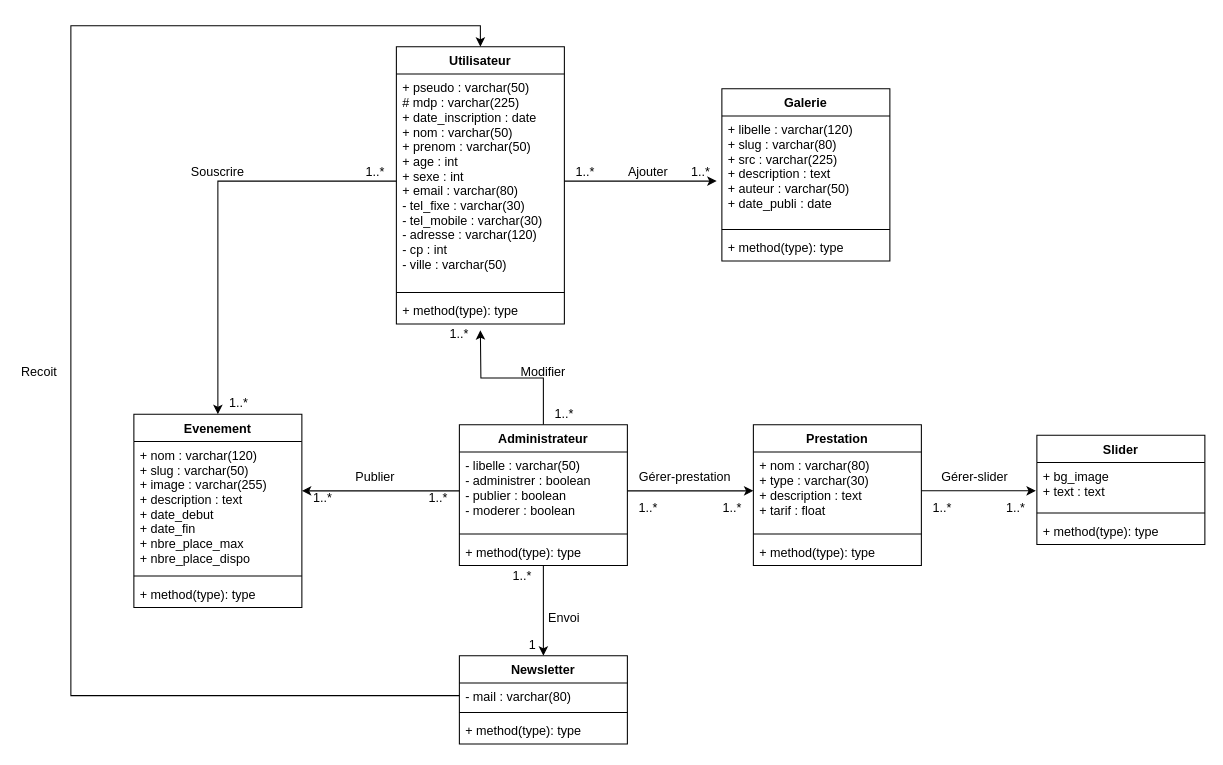
The draw.io diagram 1_Analyse/4_UML/Classe/Diagramme_de_classe (1).drawio in OlivierR68/beaute-naturelle.fr, before the edit. Source tidied: cells renumbered, new cells numbered last; positions are measured from the earlier drawing's top-left corner, leaving out a move shared by most shapes. Both pictures are drawn from the tidied source at 105%, with x=0, y=0 at pixel (18, 25).
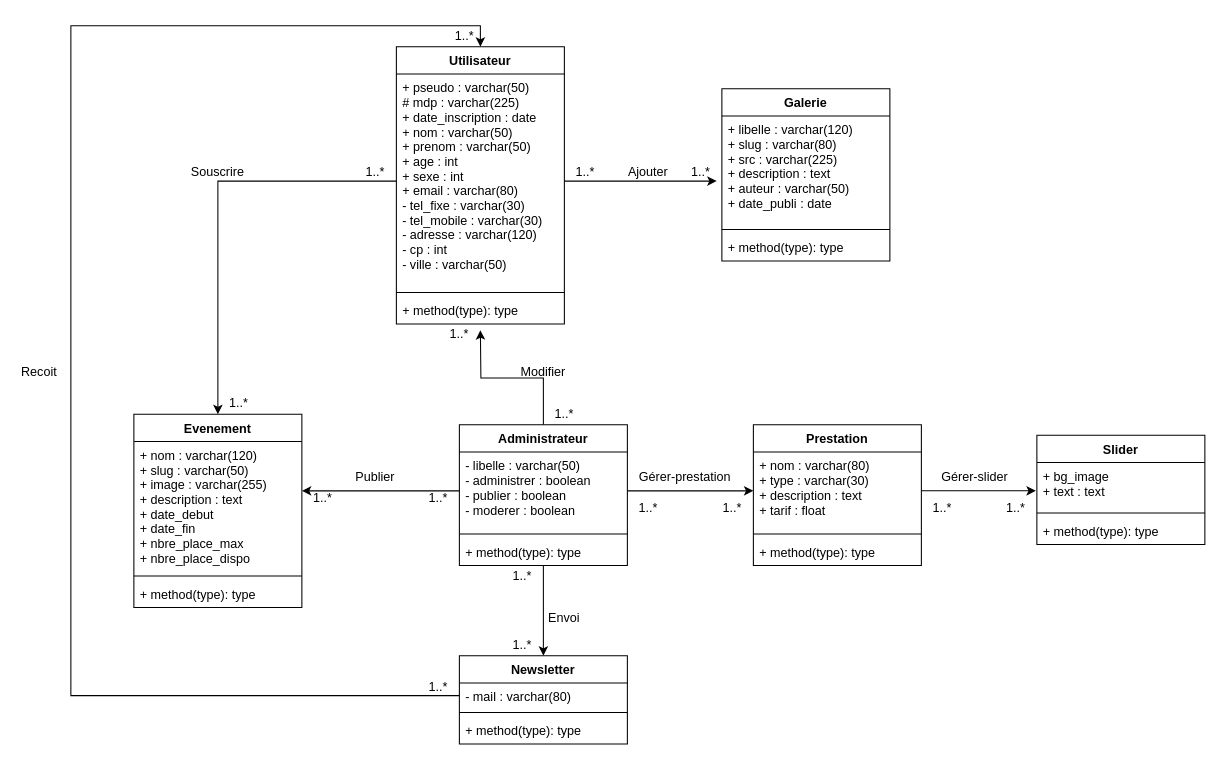
Above is the later version.

Commit message (it also covers changes not shown here):
UML - Classe - Oubli nombre

Diff of the diagram source:
```diff
@@
-    <mxCell id="37" value="1" style="text;html=1;strokeColor=none;fillColor=none;align=center;verticalAlign=middle;whiteSpace=wrap;rounded=0;" parent="1" vertex="1">
-      <mxGeometry x="470" y="580" width="40" height="20" as="geometry" />
+    <mxCell id="37" value="1..*&lt;br&gt;" style="text;html=1;strokeColor=none;fillColor=none;align=center;verticalAlign=middle;whiteSpace=wrap;rounded=0;" parent="1" vertex="1">
+      <mxGeometry x="460" y="580" width="40" height="20" as="geometry" />
     </mxCell>
@@
+    <mxCell id="60" value="1..*" style="text;html=1;strokeColor=none;fillColor=none;align=center;verticalAlign=middle;whiteSpace=wrap;rounded=0;" parent="1" vertex="1">
+      <mxGeometry x="380" y="620" width="40" height="20" as="geometry" />
+    </mxCell>
+    <mxCell id="61" value="1..*" style="text;html=1;strokeColor=none;fillColor=none;align=center;verticalAlign=middle;whiteSpace=wrap;rounded=0;" parent="1" vertex="1">
+      <mxGeometry x="405" width="40" height="20" as="geometry" />
+    </mxCell>
```
